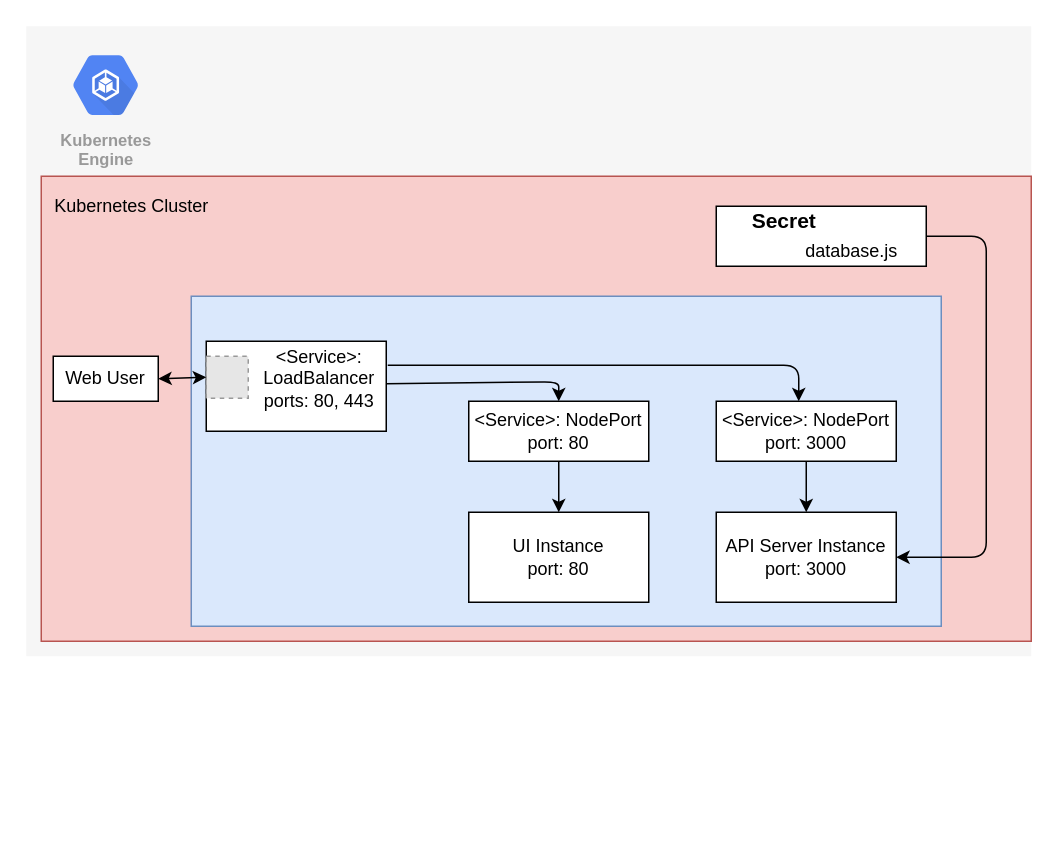
The draw.io diagram docs/images/src/k8s.drawio in visulate/visulate-for-oracle, before the edit. Source tidied: cells renumbered, new cells numbered last; positions are measured from the earlier drawing's top-left corner, leaving out a move shared by most shapes. Both pictures are drawn from the tidied source at 150%, with x=0, y=0 at pixel (26, 26). Pictures stored in the file or linked from it are replaced by grey dashed boxes.
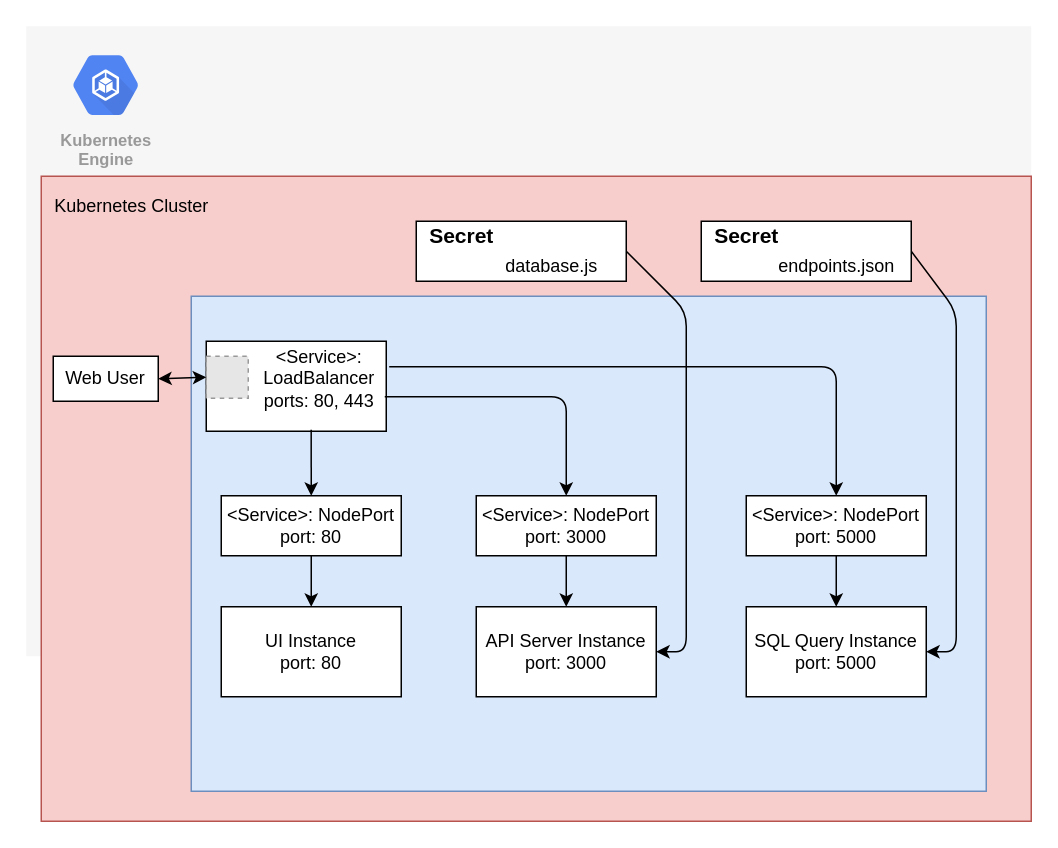
After the change.

The change refers to these unchanged cells:
```xml
<mxCell id="7" style="whiteSpace=wrap;html=1;" parent="1" vertex="1">
  <mxGeometry x="120" y="210" width="120" height="60" as="geometry" />
</mxCell>
<mxCell id="9" value="&amp;lt;Service&amp;gt;: &lt;br&gt;LoadBalancer&lt;br&gt;ports: 80, 443" style="text;html=1;align=center;verticalAlign=middle;points=[];fillColor=none;strokeColor=none;rounded=0;" parent="1" vertex="1">
  <mxGeometry x="150" y="210" width="90" height="50" as="geometry" />
</mxCell>
```

What changed in the source:
```diff
@@
     <mxCell id="4" style="rounded=0;whiteSpace=wrap;html=1;fillColor=#f8cecc;strokeColor=#b85450;" parent="1" vertex="1">
-      <mxGeometry x="10" y="100" width="660" height="310" as="geometry" />
+      <mxGeometry x="10" y="100" width="660" height="430" as="geometry" />
     </mxCell>
     <mxCell id="5" style="rounded=0;whiteSpace=wrap;html=1;fillColor=#dae8fc;strokeColor=#6c8ebf;" parent="1" vertex="1">
-      <mxGeometry x="110" y="180" width="500" height="220" as="geometry" />
+      <mxGeometry x="110" y="180" width="530" height="330" as="geometry" />
     </mxCell>
@@
     <mxCell id="10" value="&amp;lt;Service&amp;gt;: NodePort&lt;br&gt;port: 80" style="whiteSpace=wrap;html=1;" parent="1" vertex="1">
-      <mxGeometry x="295" y="250" width="120" height="40" as="geometry" />
+      <mxGeometry x="130" y="313" width="120" height="40" as="geometry" />
     </mxCell>
     <mxCell id="11" value="&amp;lt;Service&amp;gt;: NodePort&lt;br&gt;port: 3000" style="whiteSpace=wrap;html=1;" parent="1" vertex="1">
-      <mxGeometry x="460" y="250" width="120" height="40" as="geometry" />
+      <mxGeometry x="300" y="313" width="120" height="40" as="geometry" />
     </mxCell>
     <mxCell id="12" value="UI Instance&lt;br&gt;port: 80" style="whiteSpace=wrap;html=1;" parent="1" vertex="1">
-      <mxGeometry x="295" y="324" width="120" height="60" as="geometry" />
+      <mxGeometry x="130" y="387" width="120" height="60" as="geometry" />
     </mxCell>
@@
     <mxCell id="14" value="API Server Instance&lt;br&gt;port: 3000" style="whiteSpace=wrap;html=1;" parent="1" vertex="1">
-      <mxGeometry x="460" y="324" width="120" height="60" as="geometry" />
+      <mxGeometry x="300" y="387" width="120" height="60" as="geometry" />
     </mxCell>
-    <mxCell id="15" style="endArrow=classic;html=1;exitX=1;exitY=0.567;exitDx=0;exitDy=0;exitPerimeter=0;entryX=0.5;entryY=0;entryDx=0;entryDy=0;" parent="1" edge="1" source="9" target="10">
-      <mxGeometry relative="1" as="geometry">
-        <Array as="points">
-          <mxPoint x="355" y="237" />
-        </Array>
-      </mxGeometry>
-    </mxCell>
-    <mxCell id="16" style="endArrow=classic;html=1;entryX=0.5;entryY=0;entryDx=0;entryDy=0;" parent="1" edge="1">
+    <mxCell id="16" style="endArrow=classic;html=1;entryX=0.5;entryY=0;entryDx=0;entryDy=0;exitX=0.989;exitY=0.74;exitDx=0;exitDy=0;exitPerimeter=0;" parent="1" edge="1" source="9" target="11">
       <mxGeometry relative="1" as="geometry">
-        <mxPoint x="241" y="226" as="sourcePoint" />
-        <mxPoint x="515" y="250" as="targetPoint" />
         <Array as="points">
-          <mxPoint x="515" y="226" />
+          <mxPoint x="360" y="247" />
         </Array>
       </mxGeometry>
     </mxCell>
@@
+    <mxCell id="24" style="endArrow=classic;html=1;exitX=1;exitY=0.5;exitDx=0;exitDy=0;entryX=1;entryY=0.5;entryDx=0;entryDy=0;" parent="1" edge="1" source="21" target="14">
+      <mxGeometry relative="1" as="geometry">
+        <Array as="points">
+          <mxPoint x="440" y="190" />
+          <mxPoint x="440" y="417" />
+        </Array>
+      </mxGeometry>
+    </mxCell>
+    <mxCell id="25" value="&amp;lt;Service&amp;gt;: NodePort&lt;br&gt;port: 5000" style="whiteSpace=wrap;html=1;" parent="1" vertex="1">
+      <mxGeometry x="480" y="313" width="120" height="40" as="geometry" />
+    </mxCell>
+    <mxCell id="26" value="SQL Query Instance&lt;br&gt;port: 5000" style="whiteSpace=wrap;html=1;" parent="1" vertex="1">
+      <mxGeometry x="480" y="387" width="120" height="60" as="geometry" />
+    </mxCell>
+    <mxCell id="27" style="endArrow=classic;html=1;entryX=0.5;entryY=0;entryDx=0;entryDy=0;exitX=0.583;exitY=0.983;exitDx=0;exitDy=0;exitPerimeter=0;" parent="1" edge="1" source="7" target="10">
+      <mxGeometry relative="1" as="geometry" />
+    </mxCell>
+    <mxCell id="28" style="endArrow=classic;html=1;exitX=1;exitY=0.5;exitDx=0;exitDy=0;" parent="1" edge="1" source="30" target="26">
+      <mxGeometry relative="1" as="geometry">
+        <Array as="points">
+          <mxPoint x="620" y="190" />
+          <mxPoint x="620" y="417" />
+        </Array>
+      </mxGeometry>
+    </mxCell>
+    <mxCell id="29" style="group;" parent="1" vertex="1">
+      <mxGeometry x="450" y="130" width="140" height="40" as="geometry" />
+    </mxCell>
+    <mxCell id="30" style="whiteSpace=wrap;html=1;" parent="29" vertex="1">
+      <mxGeometry width="140" height="40" as="geometry" />
+    </mxCell>
+    <mxCell id="31" value="&lt;b&gt;&lt;font style=&quot;font-size: 14px&quot;&gt;Secret&lt;/font&gt;&lt;/b&gt;" style="text;html=1;align=center;verticalAlign=middle;fillColor=none;strokeColor=none;rounded=0;" parent="29" vertex="1">
+      <mxGeometry width="60" height="20" as="geometry" />
+    </mxCell>
+    <mxCell id="32" value="endpoints.json" style="text;html=1;align=center;verticalAlign=middle;fillColor=none;strokeColor=none;rounded=0;" parent="29" vertex="1">
+      <mxGeometry x="45" y="20" width="90" height="20" as="geometry" />
+    </mxCell>
+    <mxCell id="33" style="group;" parent="1" vertex="1">
+      <mxGeometry x="260" y="130" width="140" height="40" as="geometry" />
+    </mxCell>
-    <mxCell id="21" style="whiteSpace=wrap;html=1;" parent="1" vertex="1">
-      <mxGeometry x="460" y="120" width="140" height="40" as="geometry" />
+    <mxCell id="21" style="whiteSpace=wrap;html=1;" parent="33" vertex="1">
+      <mxGeometry width="140" height="40" as="geometry" />
     </mxCell>
-    <mxCell id="22" value="&lt;b&gt;&lt;font style=&quot;font-size: 14px&quot;&gt;Secret&lt;/font&gt;&lt;/b&gt;" style="text;html=1;align=center;verticalAlign=middle;fillColor=none;strokeColor=none;rounded=0;" parent="1" vertex="1">
-      <mxGeometry x="475" y="120" width="60" height="20" as="geometry" />
+    <mxCell id="22" value="&lt;b&gt;&lt;font style=&quot;font-size: 14px&quot;&gt;Secret&lt;/font&gt;&lt;/b&gt;" style="text;html=1;align=center;verticalAlign=middle;fillColor=none;strokeColor=none;rounded=0;" parent="33" vertex="1">
+      <mxGeometry width="60" height="20" as="geometry" />
     </mxCell>
-    <mxCell id="23" value="database.js" style="text;html=1;align=center;verticalAlign=middle;fillColor=none;strokeColor=none;rounded=0;" parent="1" vertex="1">
-      <mxGeometry x="510" y="140" width="80" height="20" as="geometry" />
+    <mxCell id="23" value="database.js" style="text;html=1;align=center;verticalAlign=middle;fillColor=none;strokeColor=none;rounded=0;" parent="33" vertex="1">
+      <mxGeometry x="50" y="20" width="80" height="20" as="geometry" />
     </mxCell>
-    <mxCell id="24" style="endArrow=classic;html=1;exitX=1;exitY=0.5;exitDx=0;exitDy=0;entryX=1;entryY=0.5;entryDx=0;entryDy=0;" parent="1" edge="1" source="21" target="14">
-      <mxGeometry relative="1" as="geometry">
-        <Array as="points">
-          <mxPoint x="640" y="140" />
-          <mxPoint x="640" y="354" />
-        </Array>
-      </mxGeometry>
-    </mxCell>
+    <mxCell id="34" style="endArrow=classic;html=1;exitX=1.022;exitY=0.34;exitDx=0;exitDy=0;exitPerimeter=0;entryX=0.5;entryY=0;entryDx=0;entryDy=0;" parent="1" edge="1" source="9" target="25">
+      <mxGeometry relative="1" as="geometry">
+        <Array as="points">
+          <mxPoint x="540" y="227" />
+        </Array>
+      </mxGeometry>
+    </mxCell>
+    <mxCell id="35" style="endArrow=classic;html=1;entryX=0.5;entryY=0;entryDx=0;entryDy=0;exitX=0.5;exitY=1;exitDx=0;exitDy=0;" parent="1" edge="1" source="25" target="26">
+      <mxGeometry relative="1" as="geometry" />
+    </mxCell>
```
